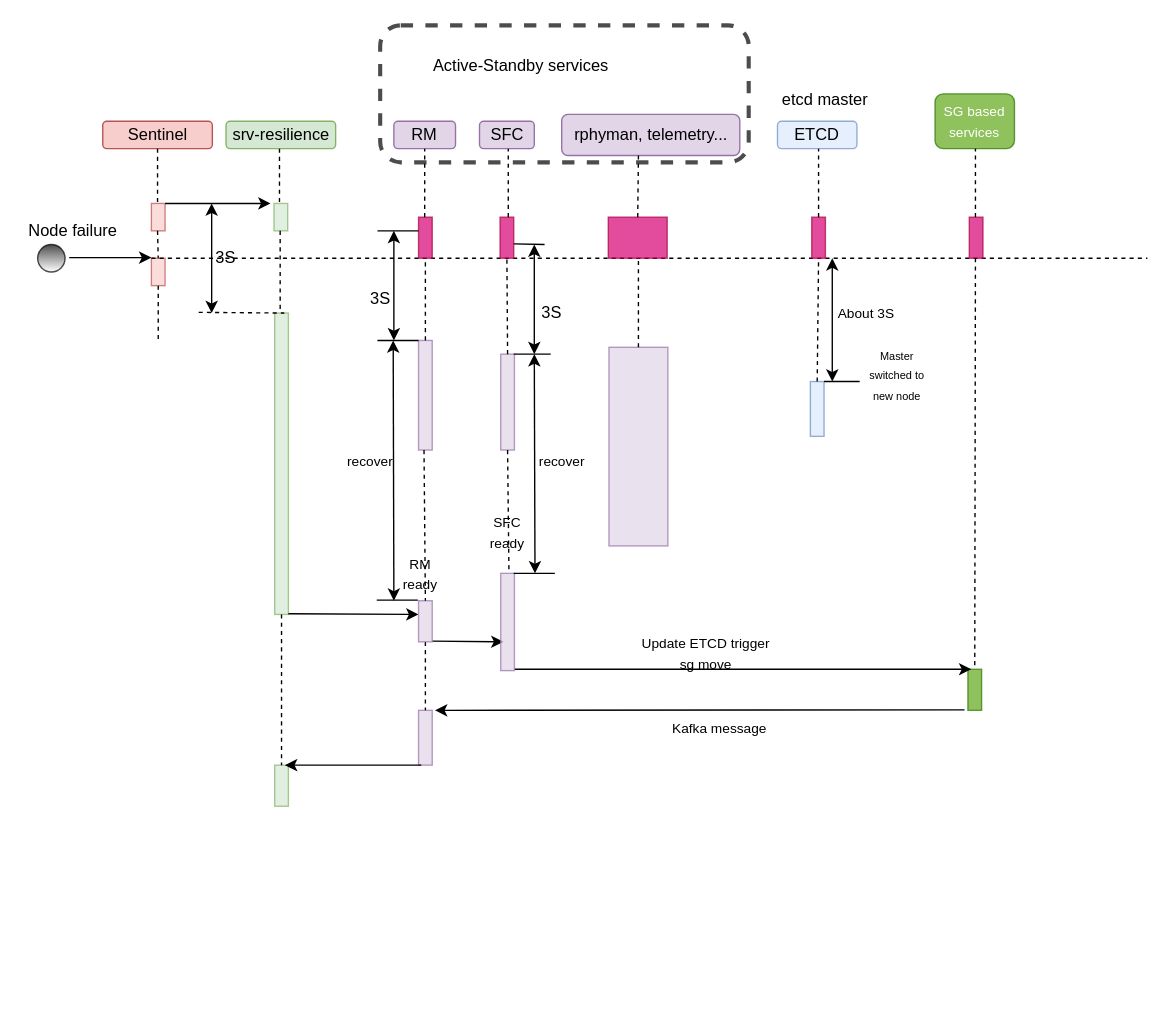
The draw.io diagram page "integration_resilience" (1 of 2) of resilience.drawio in zhangwm1987/mydraw_io, before the edit. Source tidied: cells renumbered, new cells numbered last; positions are measured from the earlier drawing's top-left corner, leaving out a move shared by most shapes. Both pictures are drawn from the tidied source at 137%, with x=0, y=0 at pixel (23, 25). Pictures stored in the file or linked from it are replaced by grey dashed boxes.
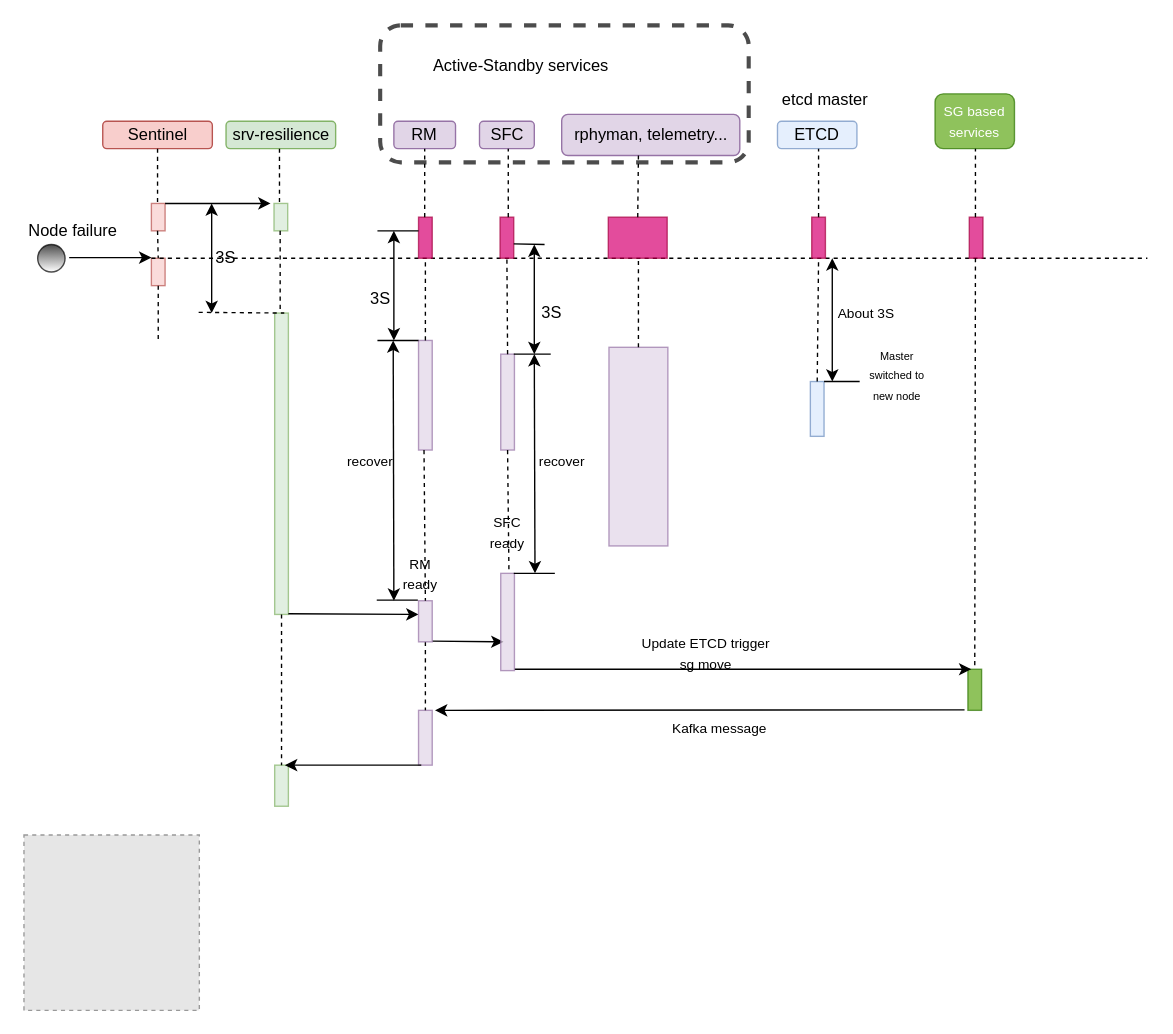
The same page after the edit.

Diff of the diagram source:
```diff
@@
+    <mxCell id="84" style="fillColor=#E6E6E6;strokeColor=#999999;dashed=1;html=1;verticalAlign=top;verticalLabelPosition=bottom;labelBackgroundColor=#ffffff;" parent="1" vertex="1">
+      <mxGeometry y="591" width="128" height="128" as="geometry" />
+    </mxCell>
```
